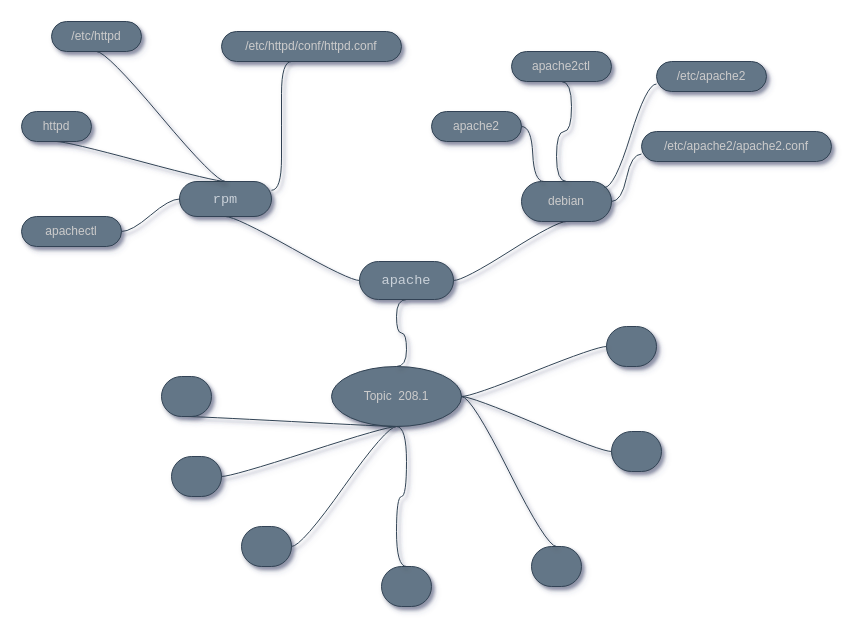
Earlier version of the draw.io diagram MindMaps/mindmap-208.1.drawio (marcossilvestrini/learning-lpic-2-202-450). Source tidied: cells renumbered, new cells numbered last; positions are measured from the earlier drawing's top-left corner, leaving out a move shared by most shapes. Both pictures are drawn from the tidied source at 100%, with x=0, y=0 at pixel (21, 21).
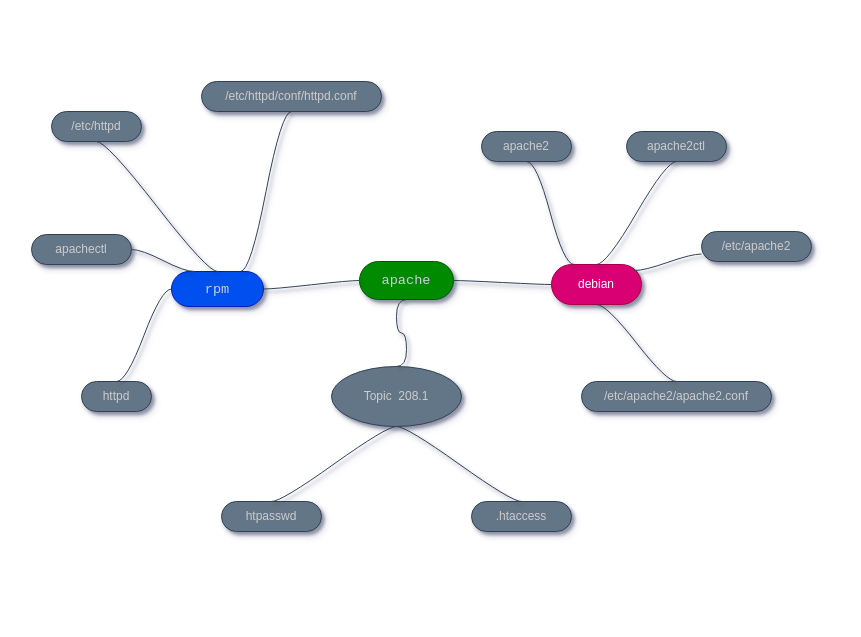
Above is the later version.

Unchanged cells that the change refers to:
```xml
<mxCell id="2" value="Topic&amp;nbsp; 208.1" style="ellipse;whiteSpace=wrap;html=1;align=center;newEdgeStyle={&quot;edgeStyle&quot;:&quot;entityRelationEdgeStyle&quot;,&quot;startArrow&quot;:&quot;none&quot;,&quot;endArrow&quot;:&quot;none&quot;,&quot;segment&quot;:10,&quot;curved&quot;:1};fillColor=#647687;fontColor=#CCCCCC;strokeColor=#314354;shadow=1;sketch=0;" parent="1" vertex="1">
  <mxGeometry x="310" y="345" width="130" height="60" as="geometry" />
</mxCell>
```

What changed in the source:
```diff
@@
-    <mxCell id="3" style="whiteSpace=wrap;html=1;rounded=1;arcSize=50;align=center;verticalAlign=middle;strokeWidth=1;spacing=4;newEdgeStyle={&quot;edgeStyle&quot;:&quot;entityRelationEdgeStyle&quot;,&quot;startArrow&quot;:&quot;none&quot;,&quot;endArrow&quot;:&quot;none&quot;,&quot;segment&quot;:10,&quot;curved&quot;:1};fillColor=#647687;fontColor=#CCCCCC;strokeColor=#314354;shadow=1;sketch=0;" parent="1" vertex="1">
-      <mxGeometry x="150" y="435" width="50" height="40" as="geometry" />
+    <mxCell id="3" value=".htaccess" style="whiteSpace=wrap;html=1;rounded=1;arcSize=50;align=center;verticalAlign=middle;strokeWidth=1;spacing=4;newEdgeStyle={&quot;edgeStyle&quot;:&quot;entityRelationEdgeStyle&quot;,&quot;startArrow&quot;:&quot;none&quot;,&quot;endArrow&quot;:&quot;none&quot;,&quot;segment&quot;:10,&quot;curved&quot;:1};fillColor=#647687;fontColor=#CCCCCC;strokeColor=#314354;shadow=1;sketch=0;" parent="1" vertex="1">
+      <mxGeometry x="450" y="480" width="100" height="30" as="geometry" />
     </mxCell>
-    <mxCell id="4" style="edgeStyle=entityRelationEdgeStyle;startArrow=none;endArrow=none;segment=10;curved=1;exitX=0.5;exitY=1;exitDx=0;exitDy=0;fillColor=#647687;strokeColor=#314354;shadow=1;fontColor=#CCCCCC;sketch=0;entryX=1;entryY=0.5;entryDx=0;entryDy=0;" parent="1" edge="1" source="2" target="3">
+    <mxCell id="4" style="edgeStyle=entityRelationEdgeStyle;startArrow=none;endArrow=none;segment=10;curved=1;exitX=0.5;exitY=1;exitDx=0;exitDy=0;fillColor=#647687;strokeColor=#314354;shadow=1;fontColor=#CCCCCC;sketch=0;entryX=0.5;entryY=0;entryDx=0;entryDy=0;" parent="1" edge="1" source="2" target="3">
       <mxGeometry relative="1" as="geometry" />
     </mxCell>
-    <mxCell id="5" value="&lt;pre style=&quot;box-sizing: border-box ; font-family: , , &amp;quot;sf mono&amp;quot; , &amp;quot;menlo&amp;quot; , &amp;quot;consolas&amp;quot; , &amp;quot;liberation mono&amp;quot; , monospace ; font-size: 13.6px ; margin-top: 0px ; margin-bottom: 0px ; overflow-wrap: normal ; padding: 16px ; overflow: auto ; line-height: 1.45 ; border-radius: 6px ; word-break: normal ; color: rgb(201 , 209 , 217)&quot;&gt;apache&lt;/pre&gt;" style="whiteSpace=wrap;html=1;rounded=1;arcSize=50;align=center;verticalAlign=middle;strokeWidth=1;spacing=4;newEdgeStyle={&quot;edgeStyle&quot;:&quot;entityRelationEdgeStyle&quot;,&quot;startArrow&quot;:&quot;none&quot;,&quot;endArrow&quot;:&quot;none&quot;,&quot;segment&quot;:10,&quot;curved&quot;:1};fillColor=#647687;fontColor=#CCCCCC;strokeColor=#314354;shadow=1;sketch=0;" parent="1" vertex="1">
+    <mxCell id="5" value="&lt;pre style=&quot;box-sizing: border-box ; font-family: , , &amp;quot;sf mono&amp;quot; , &amp;quot;menlo&amp;quot; , &amp;quot;consolas&amp;quot; , &amp;quot;liberation mono&amp;quot; , monospace ; font-size: 13.6px ; margin-top: 0px ; margin-bottom: 0px ; overflow-wrap: normal ; padding: 16px ; overflow: auto ; line-height: 1.45 ; border-radius: 6px ; word-break: normal ; color: rgb(201 , 209 , 217)&quot;&gt;apache&lt;/pre&gt;" style="whiteSpace=wrap;html=1;rounded=1;arcSize=50;align=center;verticalAlign=middle;strokeWidth=1;spacing=4;newEdgeStyle={&quot;edgeStyle&quot;:&quot;entityRelationEdgeStyle&quot;,&quot;startArrow&quot;:&quot;none&quot;,&quot;endArrow&quot;:&quot;none&quot;,&quot;segment&quot;:10,&quot;curved&quot;:1};fillColor=#008a00;fontColor=#ffffff;strokeColor=#005700;shadow=1;sketch=0;" parent="1" vertex="1">
       <mxGeometry x="338" y="240" width="94" height="38" as="geometry" />
     </mxCell>
@@
-    <mxCell id="7" style="edgeStyle=entityRelationEdgeStyle;startArrow=none;endArrow=none;segment=10;curved=1;exitX=1;exitY=0.5;exitDx=0;exitDy=0;fillColor=#647687;strokeColor=#314354;shadow=1;fontColor=#CCCCCC;sketch=0;entryX=0.5;entryY=1;entryDx=0;entryDy=0;" parent="1" edge="1" source="5" target="24">
+    <mxCell id="7" style="edgeStyle=entityRelationEdgeStyle;startArrow=none;endArrow=none;segment=10;curved=1;exitX=1;exitY=0.5;exitDx=0;exitDy=0;fillColor=#647687;strokeColor=#314354;shadow=1;fontColor=#CCCCCC;sketch=0;entryX=0;entryY=0.5;entryDx=0;entryDy=0;" parent="1" edge="1" source="5" target="24">
       <mxGeometry relative="1" as="geometry" />
     </mxCell>
-    <mxCell id="8" value="&lt;pre style=&quot;box-sizing: border-box ; font-family: , , &amp;quot;sf mono&amp;quot; , &amp;quot;menlo&amp;quot; , &amp;quot;consolas&amp;quot; , &amp;quot;liberation mono&amp;quot; , monospace ; font-size: 13.6px ; margin-top: 0px ; margin-bottom: 0px ; overflow-wrap: normal ; padding: 16px ; overflow: auto ; line-height: 1.45 ; border-radius: 6px ; word-break: normal ; color: rgb(201 , 209 , 217)&quot;&gt;rpm&lt;/pre&gt;" style="whiteSpace=wrap;html=1;rounded=1;arcSize=50;align=center;verticalAlign=middle;strokeWidth=1;spacing=4;newEdgeStyle={&quot;edgeStyle&quot;:&quot;entityRelationEdgeStyle&quot;,&quot;startArrow&quot;:&quot;none&quot;,&quot;endArrow&quot;:&quot;none&quot;,&quot;segment&quot;:10,&quot;curved&quot;:1};fillColor=#647687;fontColor=#CCCCCC;strokeColor=#314354;shadow=1;sketch=0;" parent="1" vertex="1">
-      <mxGeometry x="158" y="160" width="92" height="35" as="geometry" />
+    <mxCell id="8" value="&lt;pre style=&quot;box-sizing: border-box ; font-family: , , &amp;quot;sf mono&amp;quot; , &amp;quot;menlo&amp;quot; , &amp;quot;consolas&amp;quot; , &amp;quot;liberation mono&amp;quot; , monospace ; font-size: 13.6px ; margin-top: 0px ; margin-bottom: 0px ; overflow-wrap: normal ; padding: 16px ; overflow: auto ; line-height: 1.45 ; border-radius: 6px ; word-break: normal ; color: rgb(201 , 209 , 217)&quot;&gt;rpm&lt;/pre&gt;" style="whiteSpace=wrap;html=1;rounded=1;arcSize=50;align=center;verticalAlign=middle;strokeWidth=1;spacing=4;newEdgeStyle={&quot;edgeStyle&quot;:&quot;entityRelationEdgeStyle&quot;,&quot;startArrow&quot;:&quot;none&quot;,&quot;endArrow&quot;:&quot;none&quot;,&quot;segment&quot;:10,&quot;curved&quot;:1};fillColor=#0050ef;fontColor=#ffffff;strokeColor=#001DBC;shadow=1;sketch=0;" parent="1" vertex="1">
+      <mxGeometry x="150" y="250" width="92" height="35" as="geometry" />
     </mxCell>
-    <mxCell id="9" style="edgeStyle=entityRelationEdgeStyle;startArrow=none;endArrow=none;segment=10;curved=1;fillColor=#647687;strokeColor=#314354;shadow=1;fontColor=#CCCCCC;sketch=0;exitX=0;exitY=0.5;exitDx=0;exitDy=0;entryX=0.5;entryY=1;entryDx=0;entryDy=0;" parent="1" edge="1" source="5" target="8">
+    <mxCell id="9" style="edgeStyle=entityRelationEdgeStyle;startArrow=none;endArrow=none;segment=10;curved=1;fillColor=#647687;strokeColor=#314354;shadow=1;fontColor=#CCCCCC;sketch=0;exitX=0;exitY=0.5;exitDx=0;exitDy=0;entryX=1;entryY=0.5;entryDx=0;entryDy=0;" parent="1" edge="1" source="5" target="8">
       <mxGeometry relative="1" as="geometry" />
     </mxCell>
-    <mxCell id="10" style="whiteSpace=wrap;html=1;rounded=1;arcSize=50;align=center;verticalAlign=middle;strokeWidth=1;spacing=4;newEdgeStyle={&quot;edgeStyle&quot;:&quot;entityRelationEdgeStyle&quot;,&quot;startArrow&quot;:&quot;none&quot;,&quot;endArrow&quot;:&quot;none&quot;,&quot;segment&quot;:10,&quot;curved&quot;:1};fillColor=#647687;fontColor=#CCCCCC;strokeColor=#314354;shadow=1;sketch=0;" parent="1" vertex="1">
-      <mxGeometry x="360" y="545" width="50" height="40" as="geometry" />
-    </mxCell>
-    <mxCell id="11" style="edgeStyle=entityRelationEdgeStyle;startArrow=none;endArrow=none;segment=10;curved=1;exitX=0.5;exitY=1;exitDx=0;exitDy=0;fillColor=#647687;strokeColor=#314354;shadow=1;fontColor=#CCCCCC;sketch=0;entryX=0.5;entryY=0;entryDx=0;entryDy=0;" parent="1" edge="1" source="2" target="10">
-      <mxGeometry relative="1" as="geometry" />
-    </mxCell>
-    <mxCell id="12" style="whiteSpace=wrap;html=1;rounded=1;arcSize=50;align=center;verticalAlign=middle;strokeWidth=1;spacing=4;newEdgeStyle={&quot;edgeStyle&quot;:&quot;entityRelationEdgeStyle&quot;,&quot;startArrow&quot;:&quot;none&quot;,&quot;endArrow&quot;:&quot;none&quot;,&quot;segment&quot;:10,&quot;curved&quot;:1};fillColor=#647687;fontColor=#CCCCCC;strokeColor=#314354;shadow=1;sketch=0;" parent="1" vertex="1">
-      <mxGeometry x="590" y="410" width="50" height="40" as="geometry" />
-    </mxCell>
-    <mxCell id="13" style="edgeStyle=entityRelationEdgeStyle;startArrow=none;endArrow=none;segment=10;curved=1;exitX=1;exitY=0.5;exitDx=0;exitDy=0;fillColor=#647687;strokeColor=#314354;shadow=1;fontColor=#CCCCCC;sketch=0;" parent="1" edge="1" source="2" target="12">
-      <mxGeometry relative="1" as="geometry" />
-    </mxCell>
-    <mxCell id="14" style="whiteSpace=wrap;html=1;rounded=1;arcSize=50;align=center;verticalAlign=middle;strokeWidth=1;spacing=4;newEdgeStyle={&quot;edgeStyle&quot;:&quot;entityRelationEdgeStyle&quot;,&quot;startArrow&quot;:&quot;none&quot;,&quot;endArrow&quot;:&quot;none&quot;,&quot;segment&quot;:10,&quot;curved&quot;:1};fillColor=#647687;fontColor=#CCCCCC;strokeColor=#314354;shadow=1;sketch=0;" parent="1" vertex="1">
-      <mxGeometry x="585" y="305" width="50" height="40" as="geometry" />
-    </mxCell>
-    <mxCell id="15" style="edgeStyle=entityRelationEdgeStyle;startArrow=none;endArrow=none;segment=10;curved=1;exitX=1;exitY=0.5;exitDx=0;exitDy=0;fillColor=#647687;strokeColor=#314354;shadow=1;fontColor=#CCCCCC;sketch=0;" parent="1" edge="1" source="2" target="14">
-      <mxGeometry relative="1" as="geometry" />
-    </mxCell>
-    <mxCell id="16" style="whiteSpace=wrap;html=1;rounded=1;arcSize=50;align=center;verticalAlign=middle;strokeWidth=1;spacing=4;newEdgeStyle={&quot;edgeStyle&quot;:&quot;entityRelationEdgeStyle&quot;,&quot;startArrow&quot;:&quot;none&quot;,&quot;endArrow&quot;:&quot;none&quot;,&quot;segment&quot;:10,&quot;curved&quot;:1};fillColor=#647687;fontColor=#CCCCCC;strokeColor=#314354;shadow=1;sketch=0;" parent="1" vertex="1">
-      <mxGeometry x="510" y="525" width="50" height="40" as="geometry" />
-    </mxCell>
-    <mxCell id="17" style="edgeStyle=entityRelationEdgeStyle;startArrow=none;endArrow=none;segment=10;curved=1;exitX=1;exitY=0.5;exitDx=0;exitDy=0;fillColor=#647687;strokeColor=#314354;shadow=1;fontColor=#CCCCCC;sketch=0;entryX=0.5;entryY=0;entryDx=0;entryDy=0;" parent="1" edge="1" source="2" target="16">
-      <mxGeometry relative="1" as="geometry" />
-    </mxCell>
-    <mxCell id="18" style="whiteSpace=wrap;html=1;rounded=1;arcSize=50;align=center;verticalAlign=middle;strokeWidth=1;spacing=4;newEdgeStyle={&quot;edgeStyle&quot;:&quot;entityRelationEdgeStyle&quot;,&quot;startArrow&quot;:&quot;none&quot;,&quot;endArrow&quot;:&quot;none&quot;,&quot;segment&quot;:10,&quot;curved&quot;:1};fillColor=#647687;fontColor=#CCCCCC;strokeColor=#314354;shadow=1;sketch=0;" parent="1" vertex="1">
-      <mxGeometry x="220" y="505" width="50" height="40" as="geometry" />
-    </mxCell>
-    <mxCell id="19" style="edgeStyle=entityRelationEdgeStyle;startArrow=none;endArrow=none;segment=10;curved=1;exitX=0.5;exitY=1;exitDx=0;exitDy=0;fillColor=#647687;strokeColor=#314354;shadow=1;fontColor=#CCCCCC;sketch=0;entryX=1;entryY=0.5;entryDx=0;entryDy=0;" parent="1" edge="1" source="2" target="18">
-      <mxGeometry relative="1" as="geometry" />
-    </mxCell>
-    <mxCell id="20" style="whiteSpace=wrap;html=1;rounded=1;arcSize=50;align=center;verticalAlign=middle;strokeWidth=1;spacing=4;newEdgeStyle={&quot;edgeStyle&quot;:&quot;entityRelationEdgeStyle&quot;,&quot;startArrow&quot;:&quot;none&quot;,&quot;endArrow&quot;:&quot;none&quot;,&quot;segment&quot;:10,&quot;curved&quot;:1};fillColor=#647687;fontColor=#CCCCCC;strokeColor=#314354;shadow=1;sketch=0;" parent="1" vertex="1">
-      <mxGeometry x="140" y="355" width="50" height="40" as="geometry" />
+    <mxCell id="20" value="htpasswd" style="whiteSpace=wrap;html=1;rounded=1;arcSize=50;align=center;verticalAlign=middle;strokeWidth=1;spacing=4;newEdgeStyle={&quot;edgeStyle&quot;:&quot;entityRelationEdgeStyle&quot;,&quot;startArrow&quot;:&quot;none&quot;,&quot;endArrow&quot;:&quot;none&quot;,&quot;segment&quot;:10,&quot;curved&quot;:1};fillColor=#647687;fontColor=#CCCCCC;strokeColor=#314354;shadow=1;sketch=0;" parent="1" vertex="1">
+      <mxGeometry x="200" y="480" width="100" height="30" as="geometry" />
     </mxCell>
-    <mxCell id="21" style="edgeStyle=entityRelationEdgeStyle;startArrow=none;endArrow=none;segment=10;curved=1;exitX=0.5;exitY=1;exitDx=0;exitDy=0;fillColor=#647687;strokeColor=#314354;shadow=1;fontColor=#CCCCCC;sketch=0;entryX=0.5;entryY=1;entryDx=0;entryDy=0;" parent="1" edge="1" source="2" target="20">
+    <mxCell id="21" style="edgeStyle=entityRelationEdgeStyle;startArrow=none;endArrow=none;segment=10;curved=1;exitX=0.5;exitY=1;exitDx=0;exitDy=0;fillColor=#647687;strokeColor=#314354;shadow=1;fontColor=#CCCCCC;sketch=0;entryX=0.5;entryY=0;entryDx=0;entryDy=0;" parent="1" edge="1" source="2" target="20">
       <mxGeometry relative="1" as="geometry" />
     </mxCell>
     <mxCell id="22" value="apachectl" style="whiteSpace=wrap;html=1;rounded=1;arcSize=50;align=center;verticalAlign=middle;strokeWidth=1;spacing=4;newEdgeStyle={&quot;edgeStyle&quot;:&quot;entityRelationEdgeStyle&quot;,&quot;startArrow&quot;:&quot;none&quot;,&quot;endArrow&quot;:&quot;none&quot;,&quot;segment&quot;:10,&quot;curved&quot;:1};fillColor=#647687;fontColor=#CCCCCC;strokeColor=#314354;shadow=1;sketch=0;" parent="1" vertex="1">
-      <mxGeometry y="195" width="100" height="30" as="geometry" />
+      <mxGeometry x="10" y="213" width="100" height="30" as="geometry" />
     </mxCell>
-    <mxCell id="23" style="edgeStyle=entityRelationEdgeStyle;startArrow=none;endArrow=none;segment=10;curved=1;exitX=0;exitY=0.5;exitDx=0;exitDy=0;fillColor=#647687;strokeColor=#314354;shadow=1;fontColor=#CCCCCC;sketch=0;entryX=1;entryY=0.5;entryDx=0;entryDy=0;" parent="1" edge="1" source="8" target="22">
+    <mxCell id="23" style="edgeStyle=entityRelationEdgeStyle;startArrow=none;endArrow=none;segment=10;curved=1;exitX=0.25;exitY=0;exitDx=0;exitDy=0;fillColor=#647687;strokeColor=#314354;shadow=1;fontColor=#CCCCCC;sketch=0;entryX=1;entryY=0.5;entryDx=0;entryDy=0;" parent="1" edge="1" source="8" target="22">
       <mxGeometry relative="1" as="geometry" />
     </mxCell>
-    <mxCell id="24" value="debian" style="whiteSpace=wrap;html=1;rounded=1;arcSize=50;align=center;verticalAlign=middle;strokeWidth=1;spacing=4;newEdgeStyle={&quot;edgeStyle&quot;:&quot;entityRelationEdgeStyle&quot;,&quot;startArrow&quot;:&quot;none&quot;,&quot;endArrow&quot;:&quot;none&quot;,&quot;segment&quot;:10,&quot;curved&quot;:1};fillColor=#647687;fontColor=#CCCCCC;strokeColor=#314354;shadow=1;sketch=0;" parent="1" vertex="1">
-      <mxGeometry x="500" y="160" width="90" height="40" as="geometry" />
+    <mxCell id="24" value="debian" style="whiteSpace=wrap;html=1;rounded=1;arcSize=50;align=center;verticalAlign=middle;strokeWidth=1;spacing=4;newEdgeStyle={&quot;edgeStyle&quot;:&quot;entityRelationEdgeStyle&quot;,&quot;startArrow&quot;:&quot;none&quot;,&quot;endArrow&quot;:&quot;none&quot;,&quot;segment&quot;:10,&quot;curved&quot;:1};fillColor=#d80073;fontColor=#ffffff;strokeColor=#A50040;shadow=1;sketch=0;" parent="1" vertex="1">
+      <mxGeometry x="530" y="243" width="90" height="40" as="geometry" />
     </mxCell>
     <mxCell id="25" value="httpd" style="whiteSpace=wrap;html=1;rounded=1;arcSize=50;align=center;verticalAlign=middle;strokeWidth=1;spacing=4;newEdgeStyle={&quot;edgeStyle&quot;:&quot;entityRelationEdgeStyle&quot;,&quot;startArrow&quot;:&quot;none&quot;,&quot;endArrow&quot;:&quot;none&quot;,&quot;segment&quot;:10,&quot;curved&quot;:1};fillColor=#647687;fontColor=#CCCCCC;strokeColor=#314354;shadow=1;sketch=0;" parent="1" vertex="1">
-      <mxGeometry y="90" width="70" height="30" as="geometry" />
+      <mxGeometry x="60" y="360" width="70" height="30" as="geometry" />
     </mxCell>
-    <mxCell id="26" style="edgeStyle=entityRelationEdgeStyle;startArrow=none;endArrow=none;segment=10;curved=1;fillColor=#647687;strokeColor=#314354;shadow=1;fontColor=#CCCCCC;sketch=0;entryX=0.5;entryY=1;entryDx=0;entryDy=0;exitX=0.5;exitY=0;exitDx=0;exitDy=0;" parent="1" edge="1" source="8" target="25">
+    <mxCell id="26" style="edgeStyle=entityRelationEdgeStyle;startArrow=none;endArrow=none;segment=10;curved=1;fillColor=#647687;strokeColor=#314354;shadow=1;fontColor=#CCCCCC;sketch=0;entryX=0.5;entryY=0;entryDx=0;entryDy=0;exitX=0;exitY=0.5;exitDx=0;exitDy=0;" parent="1" edge="1" source="8" target="25">
       <mxGeometry relative="1" as="geometry" />
     </mxCell>
     <mxCell id="27" value="apache2" style="whiteSpace=wrap;html=1;rounded=1;arcSize=50;align=center;verticalAlign=middle;strokeWidth=1;spacing=4;newEdgeStyle={&quot;edgeStyle&quot;:&quot;entityRelationEdgeStyle&quot;,&quot;startArrow&quot;:&quot;none&quot;,&quot;endArrow&quot;:&quot;none&quot;,&quot;segment&quot;:10,&quot;curved&quot;:1};fillColor=#647687;fontColor=#CCCCCC;strokeColor=#314354;shadow=1;sketch=0;" parent="1" vertex="1">
-      <mxGeometry x="410" y="90" width="90" height="30" as="geometry" />
+      <mxGeometry x="460" y="110" width="90" height="30" as="geometry" />
     </mxCell>
-    <mxCell id="28" style="edgeStyle=entityRelationEdgeStyle;startArrow=none;endArrow=none;segment=10;curved=1;exitX=0.25;exitY=0;exitDx=0;exitDy=0;fillColor=#647687;strokeColor=#314354;shadow=1;fontColor=#CCCCCC;sketch=0;entryX=1;entryY=0.5;entryDx=0;entryDy=0;" parent="1" edge="1" source="24" target="27">
+    <mxCell id="28" style="edgeStyle=entityRelationEdgeStyle;startArrow=none;endArrow=none;segment=10;curved=1;exitX=0.25;exitY=0;exitDx=0;exitDy=0;fillColor=#647687;strokeColor=#314354;shadow=1;fontColor=#CCCCCC;sketch=0;entryX=0.5;entryY=1;entryDx=0;entryDy=0;" parent="1" edge="1" source="24" target="27">
       <mxGeometry relative="1" as="geometry" />
     </mxCell>
     <mxCell id="29" value="apache2ctl" style="whiteSpace=wrap;html=1;rounded=1;arcSize=50;align=center;verticalAlign=middle;strokeWidth=1;spacing=4;newEdgeStyle={&quot;edgeStyle&quot;:&quot;entityRelationEdgeStyle&quot;,&quot;startArrow&quot;:&quot;none&quot;,&quot;endArrow&quot;:&quot;none&quot;,&quot;segment&quot;:10,&quot;curved&quot;:1};fillColor=#647687;fontColor=#CCCCCC;strokeColor=#314354;shadow=1;sketch=0;" parent="1" vertex="1">
-      <mxGeometry x="490" y="30" width="100" height="30" as="geometry" />
+      <mxGeometry x="605" y="110" width="100" height="30" as="geometry" />
     </mxCell>
@@
     <mxCell id="31" value="/etc/httpd" style="whiteSpace=wrap;html=1;rounded=1;arcSize=50;align=center;verticalAlign=middle;strokeWidth=1;spacing=4;newEdgeStyle={&quot;edgeStyle&quot;:&quot;entityRelationEdgeStyle&quot;,&quot;startArrow&quot;:&quot;none&quot;,&quot;endArrow&quot;:&quot;none&quot;,&quot;segment&quot;:10,&quot;curved&quot;:1};fillColor=#647687;fontColor=#CCCCCC;strokeColor=#314354;shadow=1;sketch=0;" parent="1" vertex="1">
-      <mxGeometry x="30" width="90" height="30" as="geometry" />
+      <mxGeometry x="30" y="90" width="90" height="30" as="geometry" />
     </mxCell>
@@
     <mxCell id="33" value="/etc/httpd/conf/httpd.conf" style="whiteSpace=wrap;html=1;rounded=1;arcSize=50;align=center;verticalAlign=middle;strokeWidth=1;spacing=4;newEdgeStyle={&quot;edgeStyle&quot;:&quot;entityRelationEdgeStyle&quot;,&quot;startArrow&quot;:&quot;none&quot;,&quot;endArrow&quot;:&quot;none&quot;,&quot;segment&quot;:10,&quot;curved&quot;:1};fillColor=#647687;fontColor=#CCCCCC;strokeColor=#314354;shadow=1;sketch=0;" parent="1" vertex="1">
-      <mxGeometry x="200" y="10" width="180" height="30" as="geometry" />
+      <mxGeometry x="180" y="60" width="180" height="30" as="geometry" />
     </mxCell>
-    <mxCell id="34" style="edgeStyle=entityRelationEdgeStyle;startArrow=none;endArrow=none;segment=10;curved=1;fillColor=#647687;strokeColor=#314354;shadow=1;fontColor=#CCCCCC;sketch=0;entryX=0.5;entryY=1;entryDx=0;entryDy=0;exitX=1;exitY=0.25;exitDx=0;exitDy=0;" parent="1" edge="1" source="8">
-      <mxGeometry relative="1" as="geometry">
-        <mxPoint x="270" y="40" as="targetPoint" />
-      </mxGeometry>
+    <mxCell id="34" style="edgeStyle=entityRelationEdgeStyle;startArrow=none;endArrow=none;segment=10;curved=1;fillColor=#647687;strokeColor=#314354;shadow=1;fontColor=#CCCCCC;sketch=0;entryX=0.5;entryY=1;entryDx=0;entryDy=0;exitX=0.75;exitY=0;exitDx=0;exitDy=0;" parent="1" edge="1" source="8" target="33">
+      <mxGeometry relative="1" as="geometry" />
     </mxCell>
     <mxCell id="35" value="/etc/apache2" style="whiteSpace=wrap;html=1;rounded=1;arcSize=50;align=center;verticalAlign=middle;strokeWidth=1;spacing=4;newEdgeStyle={&quot;edgeStyle&quot;:&quot;entityRelationEdgeStyle&quot;,&quot;startArrow&quot;:&quot;none&quot;,&quot;endArrow&quot;:&quot;none&quot;,&quot;segment&quot;:10,&quot;curved&quot;:1};fillColor=#647687;fontColor=#CCCCCC;strokeColor=#314354;shadow=1;sketch=0;" parent="1" vertex="1">
-      <mxGeometry x="635" y="40" width="110" height="30" as="geometry" />
+      <mxGeometry x="680" y="210" width="110" height="30" as="geometry" />
     </mxCell>
@@
     <mxCell id="37" value="/etc/apache2/apache2.conf" style="whiteSpace=wrap;html=1;rounded=1;arcSize=50;align=center;verticalAlign=middle;strokeWidth=1;spacing=4;newEdgeStyle={&quot;edgeStyle&quot;:&quot;entityRelationEdgeStyle&quot;,&quot;startArrow&quot;:&quot;none&quot;,&quot;endArrow&quot;:&quot;none&quot;,&quot;segment&quot;:10,&quot;curved&quot;:1};fillColor=#647687;fontColor=#CCCCCC;strokeColor=#314354;shadow=1;sketch=0;" parent="1" vertex="1">
-      <mxGeometry x="620" y="110" width="190" height="30" as="geometry" />
+      <mxGeometry x="560" y="360" width="190" height="30" as="geometry" />
     </mxCell>
-    <mxCell id="38" style="edgeStyle=entityRelationEdgeStyle;startArrow=none;endArrow=none;segment=10;curved=1;fillColor=#647687;strokeColor=#314354;shadow=1;fontColor=#CCCCCC;sketch=0;entryX=0;entryY=0.75;entryDx=0;entryDy=0;" parent="1" edge="1" source="24" target="37">
+    <mxCell id="38" style="edgeStyle=entityRelationEdgeStyle;startArrow=none;endArrow=none;segment=10;curved=1;fillColor=#647687;strokeColor=#314354;shadow=1;fontColor=#CCCCCC;sketch=0;entryX=0.5;entryY=0;entryDx=0;entryDy=0;exitX=0.5;exitY=1;exitDx=0;exitDy=0;" parent="1" edge="1" source="24" target="37">
       <mxGeometry relative="1" as="geometry" />
     </mxCell>
```
